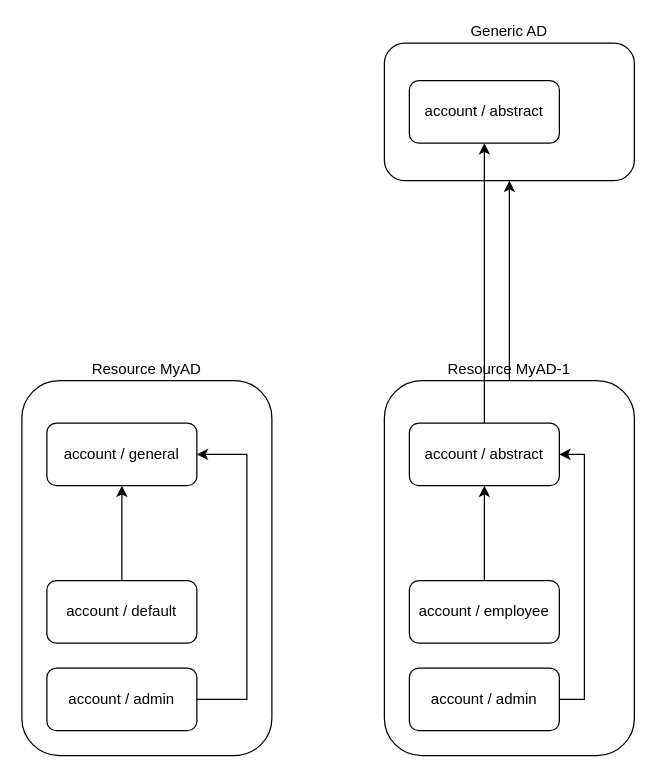
Evolveum/docs keeps this draw.io diagram as page "single-resource" (1 of 3) of midpoint/devel/design/resource-schema-improvements-4.6/templates/templates-and-object-types.drawio. Above is the earlier version. Source tidied: cells renumbered, new cells numbered last; positions are measured from the earlier drawing's top-left corner, leaving out a move shared by most shapes. Both pictures are drawn from the tidied source at 125%, with x=0, y=0 at pixel (21, 42).
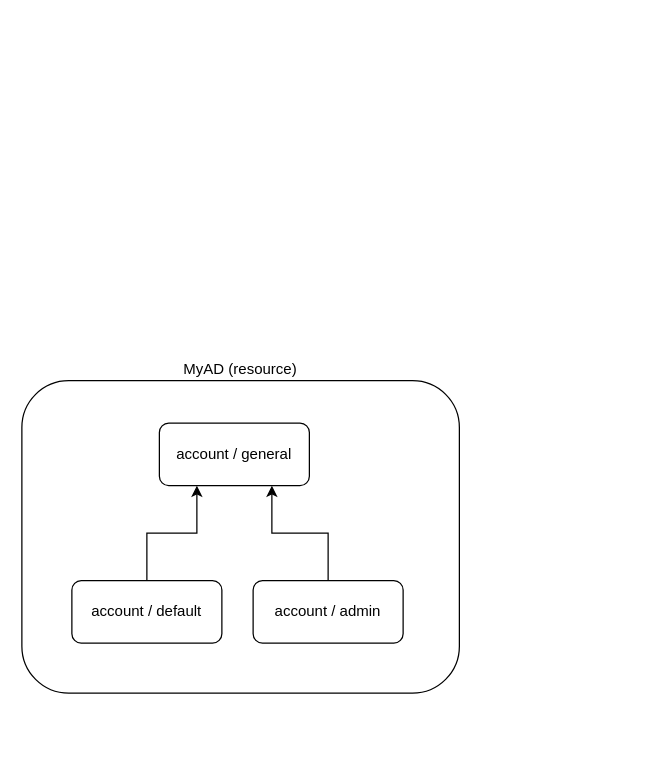
The same diagram, later.

Commit message (it also covers changes not shown here):
Update resource inheritance page

What changed in the source:
```diff
@@
 <mxGraphModel>
   <root>
     <mxCell id="0" />
     <mxCell id="1" parent="0" />
-    <mxCell id="2" value="Generic AD" style="rounded=1;whiteSpace=wrap;html=1;labelPosition=center;verticalLabelPosition=top;align=center;verticalAlign=bottom;" parent="1" vertex="1">
-      <mxGeometry x="290" width="200" height="110" as="geometry" />
-    </mxCell>
-    <mxCell id="3" value="Resource MyAD" style="rounded=1;whiteSpace=wrap;html=1;labelPosition=center;verticalLabelPosition=top;align=center;verticalAlign=bottom;" parent="1" vertex="1">
-      <mxGeometry y="270" width="200" height="300" as="geometry" />
+    <mxCell id="3" value="MyAD (resource)" style="rounded=1;whiteSpace=wrap;html=1;labelPosition=center;verticalLabelPosition=top;align=center;verticalAlign=bottom;" parent="1" vertex="1">
+      <mxGeometry y="270" width="350" height="250" as="geometry" />
     </mxCell>
-    <mxCell id="4" style="edgeStyle=orthogonalEdgeStyle;rounded=0;jettySize=auto;html=1;exitX=0.5;exitY=0;exitDx=0;exitDy=0;entryX=0.5;entryY=1;entryDx=0;entryDy=0;" parent="1" edge="1" source="5" target="8">
+    <mxCell id="4" style="edgeStyle=orthogonalEdgeStyle;rounded=0;jettySize=auto;html=1;exitX=0.5;exitY=0;exitDx=0;exitDy=0;entryX=0.25;entryY=1;entryDx=0;entryDy=0;" parent="1" edge="1" source="5" target="8">
       <mxGeometry relative="1" as="geometry" />
     </mxCell>
     <mxCell id="5" value="account / default" style="rounded=1;whiteSpace=wrap;html=1;" parent="1" vertex="1">
-      <mxGeometry x="20" y="430" width="120" height="50" as="geometry" />
+      <mxGeometry x="40" y="430" width="120" height="50" as="geometry" />
     </mxCell>
-    <mxCell id="6" style="edgeStyle=orthogonalEdgeStyle;rounded=0;jettySize=auto;html=1;exitX=1;exitY=0.5;exitDx=0;exitDy=0;entryX=1;entryY=0.5;entryDx=0;entryDy=0;" parent="1" edge="1" source="7" target="8">
-      <mxGeometry relative="1" as="geometry">
-        <Array as="points">
-          <mxPoint x="180" y="525" />
-          <mxPoint x="180" y="329" />
-        </Array>
-      </mxGeometry>
+    <mxCell id="6" style="edgeStyle=orthogonalEdgeStyle;rounded=0;jettySize=auto;html=1;exitX=0.5;exitY=0;exitDx=0;exitDy=0;entryX=0.75;entryY=1;entryDx=0;entryDy=0;" parent="1" edge="1" source="7" target="8">
+      <mxGeometry relative="1" as="geometry" />
     </mxCell>
     <mxCell id="7" value="account / admin" style="rounded=1;whiteSpace=wrap;html=1;" parent="1" vertex="1">
-      <mxGeometry x="20" y="500" width="120" height="50" as="geometry" />
+      <mxGeometry x="185" y="430" width="120" height="50" as="geometry" />
     </mxCell>
     <mxCell id="8" value="account / general" style="rounded=1;whiteSpace=wrap;html=1;" parent="1" vertex="1">
-      <mxGeometry x="20" y="304" width="120" height="50" as="geometry" />
+      <mxGeometry x="110" y="304" width="120" height="50" as="geometry" />
     </mxCell>
-    <mxCell id="9" style="edgeStyle=orthogonalEdgeStyle;rounded=0;jettySize=auto;html=1;entryX=0.5;entryY=1;entryDx=0;entryDy=0;" parent="1" edge="1" source="10" target="2">
-      <mxGeometry relative="1" as="geometry" />
-    </mxCell>
-    <mxCell id="10" value="Resource MyAD-1" style="rounded=1;whiteSpace=wrap;html=1;labelPosition=center;verticalLabelPosition=top;align=center;verticalAlign=bottom;" parent="1" vertex="1">
-      <mxGeometry x="290" y="270" width="200" height="300" as="geometry" />
-    </mxCell>
-    <mxCell id="11" style="edgeStyle=orthogonalEdgeStyle;rounded=0;jettySize=auto;html=1;exitX=0.5;exitY=0;exitDx=0;exitDy=0;entryX=0.5;entryY=1;entryDx=0;entryDy=0;" parent="1" edge="1" source="12" target="16">
-      <mxGeometry relative="1" as="geometry" />
-    </mxCell>
-    <mxCell id="12" value="account / employee" style="rounded=1;whiteSpace=wrap;html=1;" parent="1" vertex="1">
-      <mxGeometry x="310" y="430" width="120" height="50" as="geometry" />
-    </mxCell>
-    <mxCell id="13" style="edgeStyle=orthogonalEdgeStyle;rounded=0;jettySize=auto;html=1;exitX=1;exitY=0.5;exitDx=0;exitDy=0;entryX=1;entryY=0.5;entryDx=0;entryDy=0;" parent="1" edge="1" source="14" target="16">
-      <mxGeometry relative="1" as="geometry" />
-    </mxCell>
-    <mxCell id="14" value="account / admin" style="rounded=1;whiteSpace=wrap;html=1;" parent="1" vertex="1">
-      <mxGeometry x="310" y="500" width="120" height="50" as="geometry" />
-    </mxCell>
-    <mxCell id="15" style="edgeStyle=orthogonalEdgeStyle;rounded=0;jettySize=auto;html=1;exitX=0.5;exitY=0;exitDx=0;exitDy=0;" parent="1" edge="1" source="16" target="17">
-      <mxGeometry relative="1" as="geometry" />
-    </mxCell>
-    <mxCell id="16" value="account / abstract" style="rounded=1;whiteSpace=wrap;html=1;" parent="1" vertex="1">
-      <mxGeometry x="310" y="304" width="120" height="50" as="geometry" />
-    </mxCell>
-    <mxCell id="17" value="account / abstract" style="rounded=1;whiteSpace=wrap;html=1;" parent="1" vertex="1">
-      <mxGeometry x="310" y="30" width="120" height="50" as="geometry" />
-    </mxCell>
   </root>
 </mxGraphModel>
```
